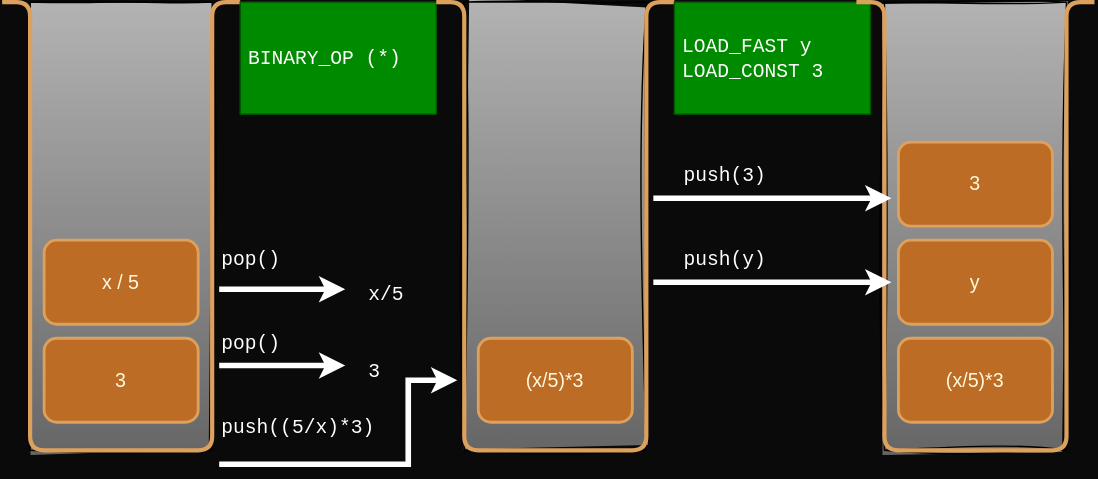
This is 3-Stacks/images/stack5.svg from JAC-CS-Programming-4-W24/Notes, a draw.io export, as it was before one commit. Source tidied: cells renumbered, new cells last; positions are measured from the earlier drawing's top-left corner, leaving out a move shared by most shapes.
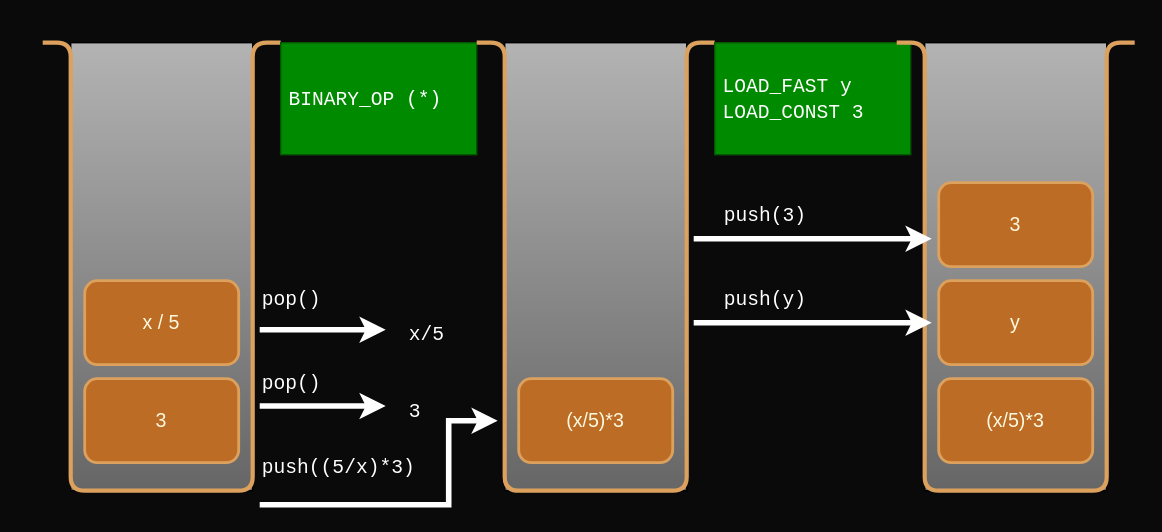
The same file after the commit.

The edit, as a diff of the source:
```diff
@@ -2,13 +2,16 @@
   <root>
     <mxCell id="0" />
     <mxCell id="1" parent="0" />
+    <mxCell id="34" style="rounded=0;whiteSpace=wrap;html=1;fillColor=none;strokeColor=none;" parent="1" vertex="1">
+      <mxGeometry x="-30" y="-30" width="830" height="380" as="geometry" />
+    </mxCell>
-    <mxCell id="2" style="rounded=0;whiteSpace=wrap;html=1;sketch=1;hachureGap=4;jiggle=2;curveFitting=1;fontFamily=Architects Daughter;fontSource=https%3A%2F%2Ffonts.googleapis.com%2Fcss%3Ffamily%3DArchitects%2BDaughter;fontSize=20;gradientColor=#666666;fillColor=#B3B3B3;" parent="1" vertex="1">
+    <mxCell id="2" style="rounded=0;whiteSpace=wrap;html=1;hachureGap=4;fontFamily=Architects Daughter;fontSource=https%3A%2F%2Ffonts.googleapis.com%2Fcss%3Ffamily%3DArchitects%2BDaughter;fontSize=20;gradientColor=#666666;fillColor=#B3B3B3;" parent="1" vertex="1">
       <mxGeometry x="630" width="130" height="320" as="geometry" />
     </mxCell>
-    <mxCell id="3" style="rounded=0;whiteSpace=wrap;html=1;sketch=1;hachureGap=4;jiggle=2;curveFitting=1;fontFamily=Architects Daughter;fontSource=https%3A%2F%2Ffonts.googleapis.com%2Fcss%3Ffamily%3DArchitects%2BDaughter;fontSize=20;gradientColor=#666666;fillColor=#B3B3B3;" parent="1" vertex="1">
+    <mxCell id="3" style="rounded=0;whiteSpace=wrap;html=1;hachureGap=4;fontFamily=Architects Daughter;fontSource=https%3A%2F%2Ffonts.googleapis.com%2Fcss%3Ffamily%3DArchitects%2BDaughter;fontSize=20;gradientColor=#666666;fillColor=#B3B3B3;" parent="1" vertex="1">
       <mxGeometry x="330" width="130" height="320" as="geometry" />
     </mxCell>
-    <mxCell id="4" style="rounded=0;whiteSpace=wrap;html=1;sketch=1;hachureGap=4;jiggle=2;curveFitting=1;fontFamily=Architects Daughter;fontSource=https%3A%2F%2Ffonts.googleapis.com%2Fcss%3Ffamily%3DArchitects%2BDaughter;fontSize=20;gradientColor=#666666;fillColor=#B3B3B3;" parent="1" vertex="1">
+    <mxCell id="4" style="rounded=0;whiteSpace=wrap;html=1;hachureGap=4;fontFamily=Architects Daughter;fontSource=https%3A%2F%2Ffonts.googleapis.com%2Fcss%3Ffamily%3DArchitects%2BDaughter;fontSize=20;gradientColor=#666666;fillColor=#B3B3B3;" parent="1" vertex="1">
       <mxGeometry x="20" width="130" height="320" as="geometry" />
     </mxCell>
     <mxCell id="5" style="endArrow=none;html=1;rounded=1;edgeStyle=orthogonalEdgeStyle;strokeWidth=3;labelBackgroundColor=#283618;strokeColor=#DDA15E;fontColor=#FEFAE0;" parent="1" edge="1">
```
